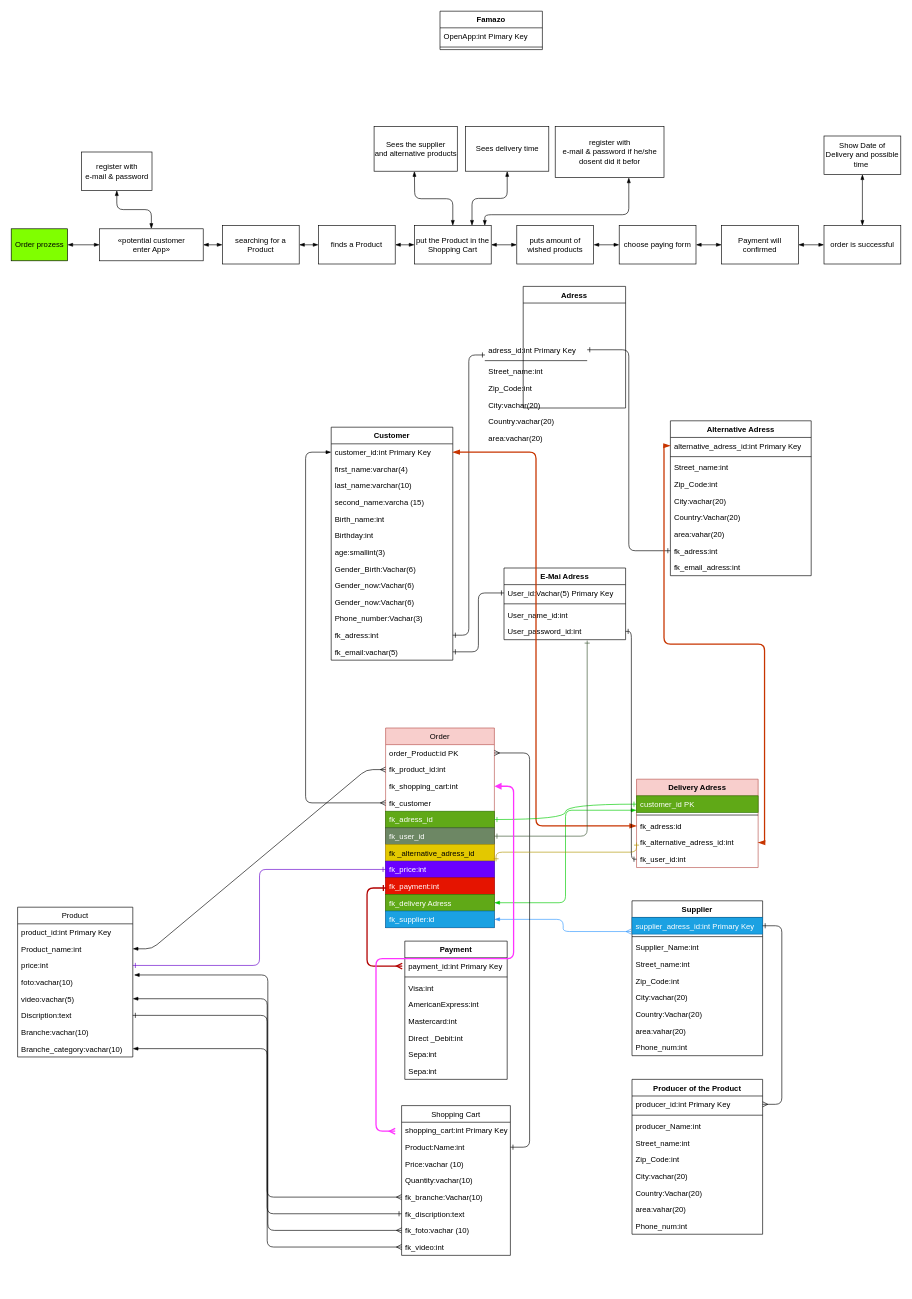
The draw.io diagram page "Famazon Visual 3 UML" (3 of 3) of Michael/FamazonMichael.drawio in MichaelGarrigosa/backenddayone, before the edit. Source tidied: cells renumbered, new cells numbered last; positions are measured from the earlier drawing's top-left corner, leaving out a move shared by most shapes. Both pictures are drawn from the tidied source at 64%, with x=0, y=0 at pixel (11, 11).
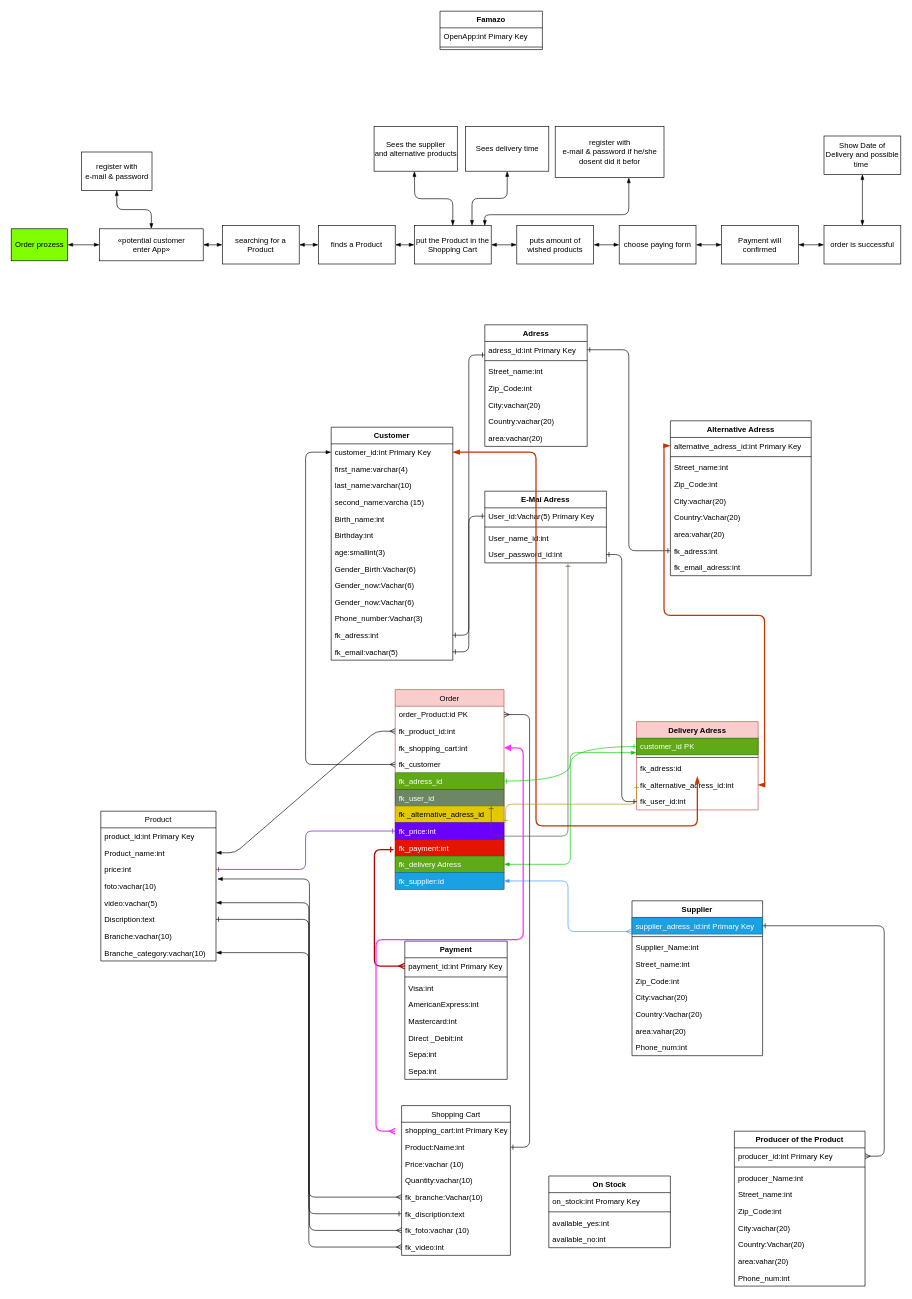
After the change.

The change refers to these unchanged cells:
```xml
<mxCell id="148" value="payment_id:int Primary Key" style="text;strokeColor=none;fillColor=none;align=left;verticalAlign=top;spacingLeft=4;spacingRight=4;overflow=hidden;points=[[0,0.5],[1,0.5]];portConstraint=eastwest;" parent="147" vertex="1">
  <mxGeometry y="26" width="160" height="26" as="geometry" />
</mxCell>
```

The edit, as a diff of the source:
```diff
@@
     <mxCell id="2" value="Adress" style="swimlane;fontStyle=1;align=center;verticalAlign=top;horizontal=1;startSize=26;" parent="1" vertex="1">
-      <mxGeometry x="800" y="430" width="160" height="190" as="geometry" />
+      <mxGeometry x="740" y="490" width="160" height="190" as="geometry" />
     </mxCell>
@@
     <mxCell id="56" value="E-Mai Adress" style="swimlane;fontStyle=1;align=center;verticalAlign=top;horizontal=1;startSize=26;" parent="1" vertex="1">
-      <mxGeometry x="770" y="870" width="190" height="112" as="geometry" />
+      <mxGeometry x="740" y="750" width="190" height="112" as="geometry" />
     </mxCell>
@@
     <mxCell id="83" value="Product" style="swimlane;fontStyle=0;horizontal=1;startSize=26;fillColor=none;" parent="1" vertex="1">
-      <mxGeometry x="10" y="1400" width="180" height="234" as="geometry" />
+      <mxGeometry x="140" y="1250" width="180" height="234" as="geometry" />
     </mxCell>
@@
     <mxCell id="96" value="Order" style="swimlane;fontStyle=0;horizontal=1;startSize=26;fillColor=#f8cecc;strokeColor=#b85450;" parent="1" vertex="1">
-      <mxGeometry x="585" y="1120" width="170" height="312" as="geometry" />
+      <mxGeometry x="600" y="1060" width="170" height="312" as="geometry" />
     </mxCell>
@@
     <mxCell id="110" value="Delivery Adress" style="swimlane;fontStyle=1;align=center;verticalAlign=top;horizontal=1;startSize=26;fillColor=#f8cecc;strokeColor=#b85450;" parent="1" vertex="1">
-      <mxGeometry x="977.1" y="1200" width="190" height="138" as="geometry" />
+      <mxGeometry x="977.1" y="1110" width="190" height="138" as="geometry" />
     </mxCell>
@@
     <mxCell id="130" value="Producer of the Product" style="swimlane;fontStyle=1;align=center;verticalAlign=top;horizontal=1;startSize=26;" parent="1" vertex="1">
-      <mxGeometry x="970" y="1669" width="204.1" height="242" as="geometry" />
+      <mxGeometry x="1130" y="1750" width="204.1" height="242" as="geometry" />
     </mxCell>
@@
-    <mxCell id="156" style="edgeStyle=elbowEdgeStyle;rounded=1;html=1;startArrow=ERmany;startFill=0;endArrow=ERone;endFill=0;strokeColor=#B20000;strokeWidth=2;fillColor=#e51400;" parent="1" edge="1">
+    <mxCell id="156" style="edgeStyle=elbowEdgeStyle;rounded=1;html=1;startArrow=ERmany;startFill=0;endArrow=ERone;endFill=0;strokeColor=#B20000;strokeWidth=2;fillColor=#e51400;exitX=0;exitY=0.5;exitDx=0;exitDy=0;" parent="1" edge="1" source="148">
       <mxGeometry relative="1" as="geometry">
-        <mxPoint x="611" y="1492" as="sourcePoint" />
-        <mxPoint x="586" y="1370" as="targetPoint" />
+        <mxPoint x="597.5" y="1310" as="targetPoint" />
         <Array as="points">
-          <mxPoint x="556" y="1370" />
+          <mxPoint x="567.5" y="1310" />
         </Array>
       </mxGeometry>
     </mxCell>
@@
+    <mxCell id="158" value="On Stock" style="swimlane;fontStyle=1;align=center;verticalAlign=top;horizontal=1;startSize=26;" parent="1" vertex="1">
+      <mxGeometry x="840" y="1820" width="190" height="112" as="geometry" />
+    </mxCell>
+    <mxCell id="159" value="on_stock:int Promary Key" style="text;strokeColor=none;fillColor=none;align=left;verticalAlign=top;spacingLeft=4;spacingRight=4;overflow=hidden;" parent="158" vertex="1">
+      <mxGeometry y="26" width="190" height="26" as="geometry" />
+    </mxCell>
+    <mxCell id="160" style="line;strokeWidth=1;fillColor=none;align=left;verticalAlign=middle;spacingTop=-1;spacingLeft=3;spacingRight=3;labelPosition=right;" parent="158" vertex="1">
+      <mxGeometry y="52" width="190" height="8" as="geometry" />
+    </mxCell>
+    <mxCell id="161" value="available_yes:int" style="text;strokeColor=none;fillColor=none;align=left;verticalAlign=top;spacingLeft=4;spacingRight=4;overflow=hidden;" parent="158" vertex="1">
+      <mxGeometry y="60" width="190" height="26" as="geometry" />
+    </mxCell>
+    <mxCell id="162" value="available_no:int" style="text;strokeColor=none;fillColor=none;align=left;verticalAlign=top;spacingLeft=4;spacingRight=4;overflow=hidden;" parent="158" vertex="1">
+      <mxGeometry y="86" width="190" height="26" as="geometry" />
+    </mxCell>
```
